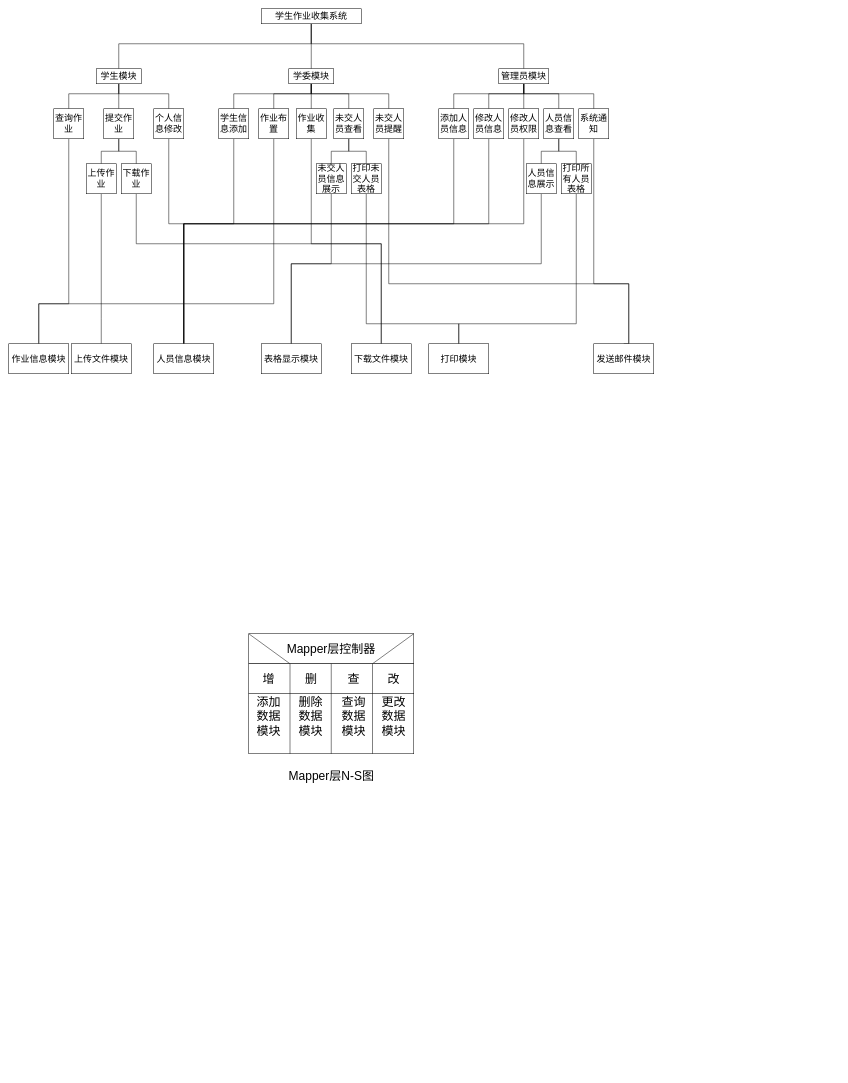
The draw.io diagram page "第 12 页" (11 of 15) of spring.drawio in Duxingmengshou/Duxingmengshou.github.io, before the edit. Source tidied: cells renumbered, new cells numbered last; positions are measured from the earlier drawing's top-left corner, leaving out a move shared by most shapes. Both pictures are drawn from the tidied source at 50%, with x=0, y=0 at pixel (8, 8).
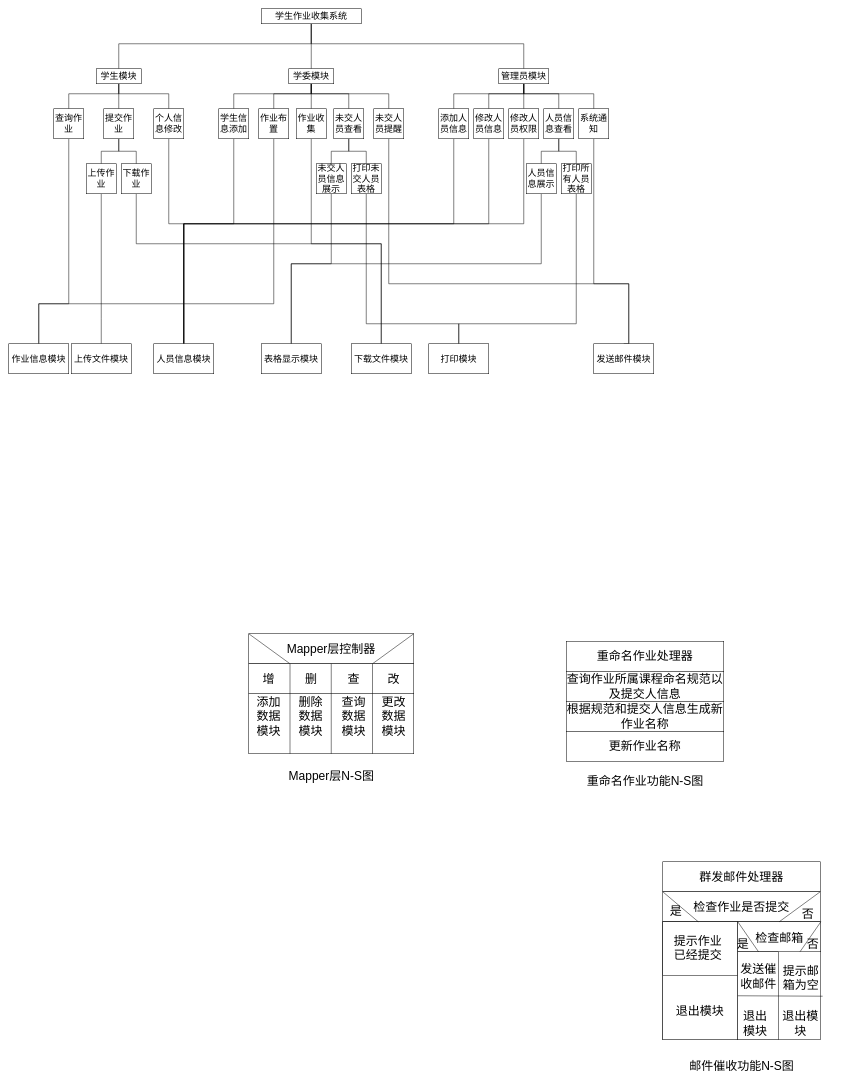
The same page after the edit.

Diff of the diagram source:
```diff
@@
+    <mxCell id="87" value="重命名作业处理器" style="rounded=0;whiteSpace=wrap;html=1;fontSize=24;" parent="1" vertex="1">
+      <mxGeometry x="1115" y="1265" width="315" height="60" as="geometry" />
+    </mxCell>
+    <mxCell id="88" value="查询作业所属课程命名规范以及提交人信息" style="rounded=0;whiteSpace=wrap;html=1;fontSize=24;" parent="1" vertex="1">
+      <mxGeometry x="1115" y="1325" width="315" height="60" as="geometry" />
+    </mxCell>
+    <mxCell id="89" value="根据规范和提交人信息生成新作业名称" style="rounded=0;whiteSpace=wrap;html=1;fontSize=24;" parent="1" vertex="1">
+      <mxGeometry x="1115" y="1385" width="315" height="60" as="geometry" />
+    </mxCell>
+    <mxCell id="90" value="更新作业名称" style="rounded=0;whiteSpace=wrap;html=1;fontSize=24;" parent="1" vertex="1">
+      <mxGeometry x="1115" y="1445" width="315" height="60" as="geometry" />
+    </mxCell>
+    <mxCell id="91" value="&lt;font style=&quot;font-size: 24px;&quot;&gt;重命名作业功能N-S图&lt;/font&gt;" style="text;html=1;strokeColor=none;fillColor=none;align=center;verticalAlign=middle;whiteSpace=wrap;rounded=0;" parent="1" vertex="1">
+      <mxGeometry x="1137.5" y="1530" width="270" height="30" as="geometry" />
+    </mxCell>
+    <mxCell id="92" value="群发邮件处理器" style="rounded=0;whiteSpace=wrap;html=1;fontSize=24;" parent="1" vertex="1">
+      <mxGeometry x="1308" y="1706" width="315" height="60" as="geometry" />
+    </mxCell>
+    <mxCell id="93" value="检查作业是否提交" style="rounded=0;whiteSpace=wrap;html=1;fontSize=24;" parent="1" vertex="1">
+      <mxGeometry x="1308" y="1766" width="315" height="60" as="geometry" />
+    </mxCell>
+    <mxCell id="94" style="rounded=0;whiteSpace=wrap;html=1;fontSize=24;" parent="1" vertex="1">
+      <mxGeometry x="1308" y="1826" width="315" height="236" as="geometry" />
+    </mxCell>
+    <mxCell id="95" value="&lt;font style=&quot;font-size: 24px;&quot;&gt;邮件催收功能N-S图&lt;/font&gt;" style="text;html=1;strokeColor=none;fillColor=none;align=center;verticalAlign=middle;whiteSpace=wrap;rounded=0;" parent="1" vertex="1">
+      <mxGeometry x="1330.5" y="2100" width="270" height="30" as="geometry" />
+    </mxCell>
+    <mxCell id="96" style="rounded=0;whiteSpace=wrap;html=1;" parent="1" vertex="1">
+      <mxGeometry x="1308" y="1826" width="150" height="236" as="geometry" />
+    </mxCell>
+    <mxCell id="97" style="rounded=0;whiteSpace=wrap;html=1;" parent="1" vertex="1">
+      <mxGeometry x="1308" y="1826" width="150" height="107" as="geometry" />
+    </mxCell>
+    <mxCell id="98" style="rounded=0;whiteSpace=wrap;html=1;" parent="1" vertex="1">
+      <mxGeometry x="1458" y="1826" width="166" height="60" as="geometry" />
+    </mxCell>
+    <mxCell id="99" style="rounded=0;whiteSpace=wrap;html=1;" parent="1" vertex="1">
+      <mxGeometry x="1458" y="1886" width="81" height="176" as="geometry" />
+    </mxCell>
+    <mxCell id="100" value="提示作业已经提交" style="text;html=1;strokeColor=none;fillColor=none;align=center;verticalAlign=middle;whiteSpace=wrap;rounded=0;fontSize=24;" parent="1" vertex="1">
+      <mxGeometry x="1327" y="1863" width="103" height="30" as="geometry" />
+    </mxCell>
+    <mxCell id="101" style="endArrow=none;html=1;rounded=0;entryX=0;entryY=0;entryDx=0;entryDy=0;" parent="1" edge="1" target="93">
+      <mxGeometry relative="1" as="geometry">
+        <mxPoint x="1379" y="1826" as="sourcePoint" />
+      </mxGeometry>
+    </mxCell>
+    <mxCell id="102" style="endArrow=none;html=1;rounded=0;entryX=1;entryY=0;entryDx=0;entryDy=0;exitX=0.5;exitY=0;exitDx=0;exitDy=0;" parent="1" edge="1" source="98" target="93">
+      <mxGeometry relative="1" as="geometry" />
+    </mxCell>
+    <mxCell id="103" value="是" style="text;html=1;strokeColor=none;fillColor=none;align=center;verticalAlign=middle;whiteSpace=wrap;rounded=0;fontSize=24;" parent="1" vertex="1">
+      <mxGeometry x="1283" y="1790" width="103" height="30" as="geometry" />
+    </mxCell>
+    <mxCell id="104" value="否" style="text;html=1;strokeColor=none;fillColor=none;align=center;verticalAlign=middle;whiteSpace=wrap;rounded=0;fontSize=24;" parent="1" vertex="1">
+      <mxGeometry x="1547" y="1796" width="103" height="30" as="geometry" />
+    </mxCell>
+    <mxCell id="105" value="退出模块" style="text;html=1;strokeColor=none;fillColor=none;align=center;verticalAlign=middle;whiteSpace=wrap;rounded=0;fontSize=24;" parent="1" vertex="1">
+      <mxGeometry x="1330.5" y="1989" width="103" height="30" as="geometry" />
+    </mxCell>
+    <mxCell id="106" value="检查邮箱" style="text;html=1;strokeColor=none;fillColor=none;align=center;verticalAlign=middle;whiteSpace=wrap;rounded=0;fontSize=24;" parent="1" vertex="1">
+      <mxGeometry x="1489.5" y="1844" width="103" height="30" as="geometry" />
+    </mxCell>
+    <mxCell id="107" style="endArrow=none;html=1;rounded=0;entryX=0;entryY=0;entryDx=0;entryDy=0;exitX=0.25;exitY=1;exitDx=0;exitDy=0;" parent="1" edge="1" source="98" target="98">
+      <mxGeometry relative="1" as="geometry" />
+    </mxCell>
+    <mxCell id="108" value="是" style="text;html=1;strokeColor=none;fillColor=none;align=center;verticalAlign=middle;whiteSpace=wrap;rounded=0;fontSize=24;" parent="1" vertex="1">
+      <mxGeometry x="1417" y="1856" width="103" height="30" as="geometry" />
+    </mxCell>
+    <mxCell id="109" style="endArrow=none;html=1;rounded=0;entryX=0.75;entryY=1;entryDx=0;entryDy=0;exitX=0.75;exitY=1;exitDx=0;exitDy=0;" parent="1" edge="1" source="98" target="104">
+      <mxGeometry relative="1" as="geometry" />
+    </mxCell>
+    <mxCell id="110" value="否" style="text;html=1;strokeColor=none;fillColor=none;align=center;verticalAlign=middle;whiteSpace=wrap;rounded=0;fontSize=24;" parent="1" vertex="1">
+      <mxGeometry x="1557" y="1856" width="103" height="30" as="geometry" />
+    </mxCell>
+    <mxCell id="111" style="endArrow=none;html=1;rounded=0;exitX=0;exitY=0.5;exitDx=0;exitDy=0;entryX=1.015;entryY=0.631;entryDx=0;entryDy=0;entryPerimeter=0;" parent="1" edge="1" source="99" target="94">
+      <mxGeometry relative="1" as="geometry" />
+    </mxCell>
+    <mxCell id="112" value="发送催收邮件" style="text;html=1;strokeColor=none;fillColor=none;align=center;verticalAlign=middle;whiteSpace=wrap;rounded=0;fontSize=24;" parent="1" vertex="1">
+      <mxGeometry x="1460" y="1920" width="79" height="30" as="geometry" />
+    </mxCell>
+    <mxCell id="113" value="退出模块" style="text;html=1;strokeColor=none;fillColor=none;align=center;verticalAlign=middle;whiteSpace=wrap;rounded=0;fontSize=24;" parent="1" vertex="1">
+      <mxGeometry x="1458" y="2014" width="70" height="30" as="geometry" />
+    </mxCell>
+    <mxCell id="114" value="提示邮箱为空" style="text;html=1;strokeColor=none;fillColor=none;align=center;verticalAlign=middle;whiteSpace=wrap;rounded=0;fontSize=24;" parent="1" vertex="1">
+      <mxGeometry x="1545" y="1923" width="79" height="30" as="geometry" />
+    </mxCell>
+    <mxCell id="115" value="退出模块" style="text;html=1;strokeColor=none;fillColor=none;align=center;verticalAlign=middle;whiteSpace=wrap;rounded=0;fontSize=24;" parent="1" vertex="1">
+      <mxGeometry x="1544" y="2014" width="79" height="30" as="geometry" />
+    </mxCell>
```
